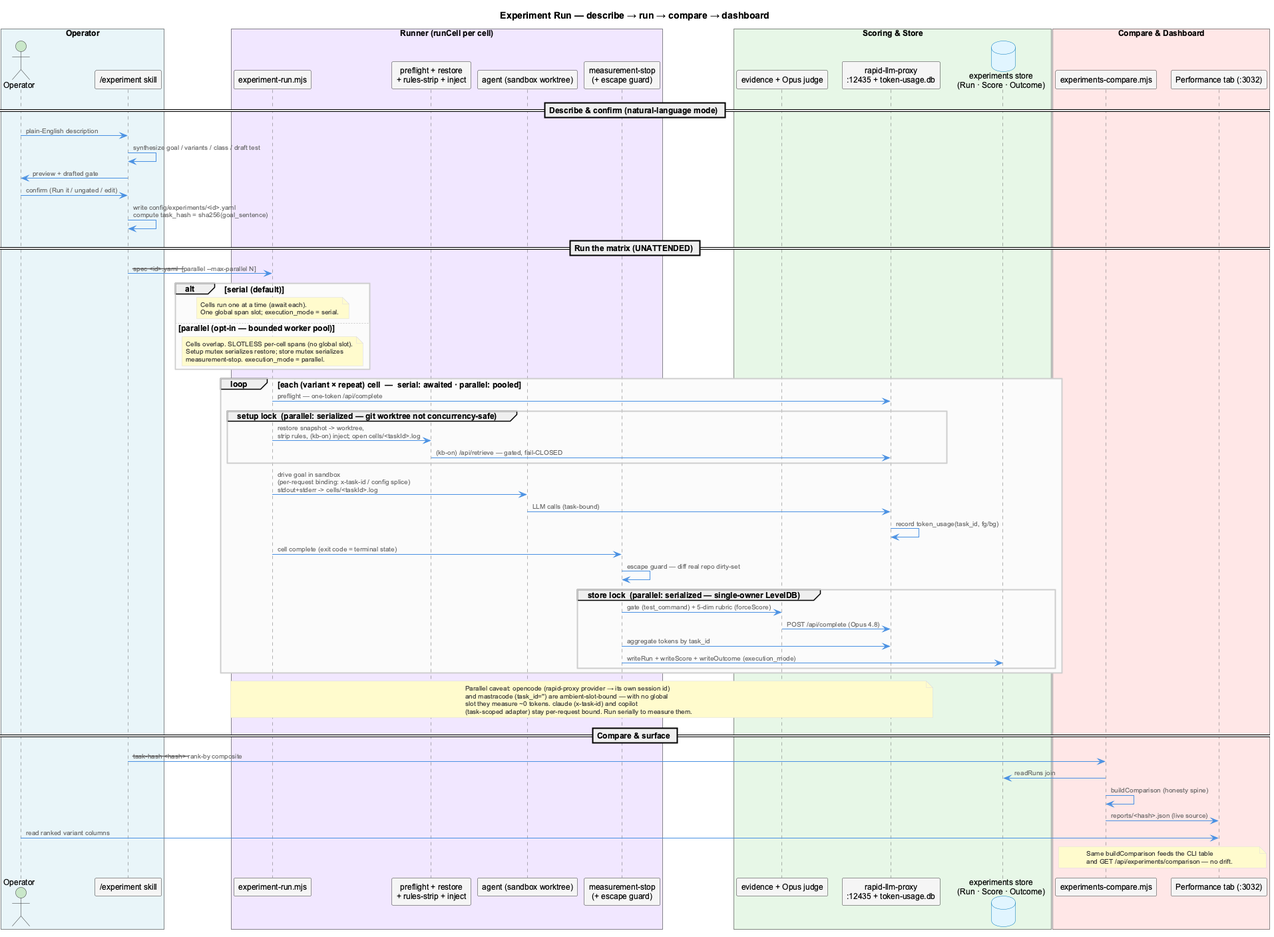
fwornle/coding keeps this PlantUML diagram as docs/images/experiment-run-sequence.png. Above is the earlier version. Its diagram source:
```plantuml
@startuml experiment-run-sequence
!include _standard-style.puml

title Experiment Run — describe → run → compare → dashboard

box "Operator" #E8F4F8
    actor "Operator" as op
    participant "/experiment skill" as skill
end box

box "Runner (runCell per cell)" #F0E6FF
    participant "experiment-run.mjs" as runner
    participant "preflight + restore\n+ rules-strip + inject" as prep
    participant "agent (sandbox worktree)" as agent
    participant "measurement-stop\n(+ escape guard)" as mstop
end box

box "Scoring & Store" #E6F7E6
    participant "evidence + Opus judge" as judge
    participant "rapid-llm-proxy\n:12435 + token-usage.db" as proxy
    database "experiments store\n(Run · Score · Outcome)" as store
end box

box "Compare & Dashboard" #FFE6E6
    participant "experiments-compare.mjs" as compare
    participant "Performance tab (:3032)" as dash
end box

== Describe & confirm (natural-language mode) ==
op -> skill: plain-English description
skill -> skill: synthesize goal / variants / class / draft test
skill -> op: preview + drafted gate
op -> skill: confirm (Run it / ungated / edit)
skill -> skill: write config/experiments/<id>.yaml\ncompute task_hash = sha256(goal_sentence)

== Run the matrix (UNATTENDED) ==
skill -> runner: --spec <id>.yaml  [--parallel --max-parallel N]

alt serial (default)
    note over runner
      Cells run one at a time (await each).
      One global span slot; execution_mode = serial.
    end note
else parallel (opt-in — bounded worker pool)
    note over runner
      Cells overlap. SLOTLESS per-cell spans (no global slot).
      Setup mutex serializes restore; store mutex serializes
      measurement-stop. execution_mode = parallel.
    end note
end

loop each (variant × repeat) cell  —  serial: awaited · parallel: pooled
    runner -> proxy: preflight — one-token /api/complete
    group setup lock  (parallel: serialized — git worktree not concurrency-safe)
        runner -> prep: restore snapshot -> worktree,\nstrip rules, (kb-on) inject; open cells/<taskId>.log
        prep -> proxy: (kb-on) /api/retrieve — gated, fail-CLOSED
    end
    runner -> agent: drive goal in sandbox\n(per-request binding: x-task-id / config splice)\nstdout+stderr -> cells/<taskId>.log
    agent -> proxy: LLM calls (task-bound)
    proxy -> proxy: record token_usage(task_id, fg/bg)
    runner -> mstop: cell complete (exit code = terminal state)
    mstop -> mstop: escape guard — diff real repo dirty-set
    group store lock  (parallel: serialized — single-owner LevelDB)
        mstop -> judge: gate (test_command) + 5-dim rubric (forceScore)
        judge -> proxy: POST /api/complete (Opus 4.8)
        mstop -> proxy: aggregate tokens by task_id
        mstop -> store: writeRun + writeScore + writeOutcome (execution_mode)
    end
end

note over runner, proxy
  Parallel caveat: opencode (rapid-proxy provider → its own session id)
  and mastracode (task_id='') are ambient-slot-bound — with no global
  slot they measure ~0 tokens. claude (x-task-id) and copilot
  (task-scoped adapter) stay per-request bound. Run serially to measure them.
end note

== Compare & surface ==
skill -> compare: --task-hash <hash> --rank-by composite
compare -> store: readRuns join
compare -> compare: buildComparison (honesty spine)
compare -> dash: reports/<hash>.json (live source)
op -> dash: read ranked variant columns

note over compare,dash
  Same buildComparison feeds the CLI table
  and GET /api/experiments/comparison — no drift.
end note

@enduml
```
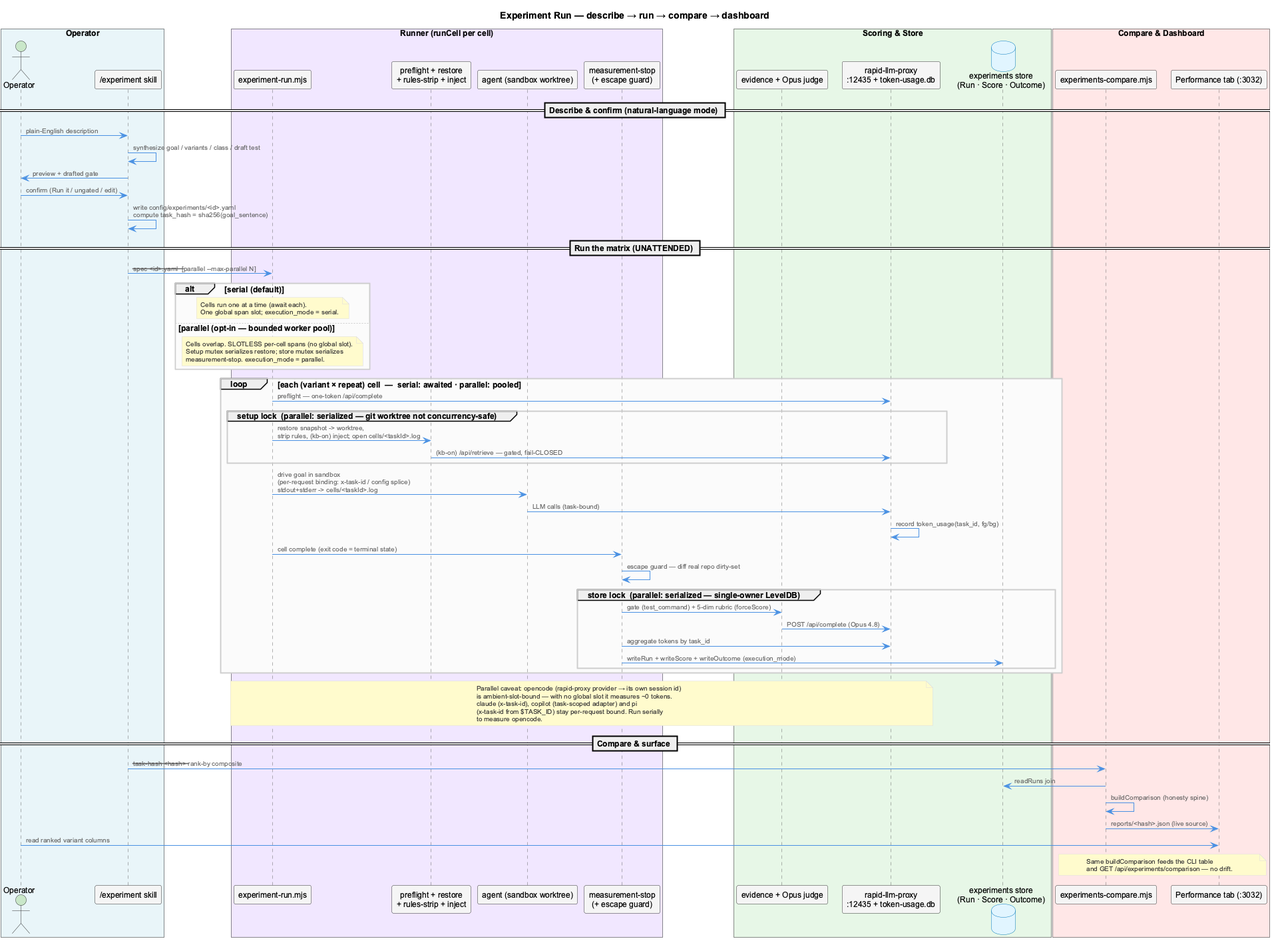
The same diagram one commit later.

Diff of the diagram source:
```diff
@@ -70,9 +70,10 @@
 
 note over runner, proxy
   Parallel caveat: opencode (rapid-proxy provider → its own session id)
-  and mastracode (task_id='') are ambient-slot-bound — with no global
-  slot they measure ~0 tokens. claude (x-task-id) and copilot
-  (task-scoped adapter) stay per-request bound. Run serially to measure them.
+  is ambient-slot-bound — with no global slot it measures ~0 tokens.
+  claude (x-task-id), copilot (task-scoped adapter) and pi
+  (x-task-id from $TASK_ID) stay per-request bound. Run serially
+  to measure opencode.
 end note
 
 == Compare & surface ==
```
